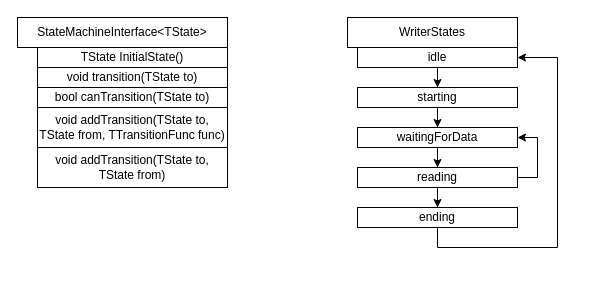
The draw.io diagram page "DCWriterStateMachine" (2 of 2) of qt-libdivecomputer.drawio in blackshadev/qt-dive-uploader, before the edit. Source tidied: cells renumbered, new cells numbered last; positions are measured from the earlier drawing's top-left corner, leaving out a move shared by most shapes. Both pictures are drawn from the tidied source at 100%, with x=0, y=0 at pixel (17, 17).
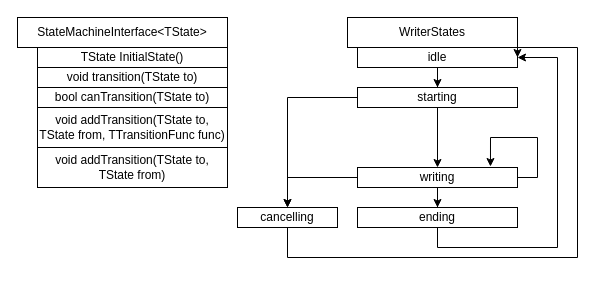
Above is the later version.

Unchanged cells that the change refers to:
```xml
<mxCell id="4" value="starting" style="rounded=0;whiteSpace=wrap;html=1;" parent="1" vertex="1">
  <mxGeometry x="340" y="70" width="160" height="20" as="geometry" />
</mxCell>
<mxCell id="8" value="idle" style="rounded=0;whiteSpace=wrap;html=1;" parent="1" vertex="1">
  <mxGeometry x="340" y="30" width="160" height="20" as="geometry" />
</mxCell>
```

Change to the diagram source:
```diff
@@
-    <mxCell id="3" style="edgeStyle=orthogonalEdgeStyle;rounded=0;jettySize=auto;html=1;" parent="1" edge="1" source="4" target="10">
-      <mxGeometry relative="1" as="geometry" />
-    </mxCell>
+    <mxCell id="20" style="edgeStyle=orthogonalEdgeStyle;rounded=0;jettySize=auto;html=1;" parent="1" edge="1" source="4" target="23">
+      <mxGeometry relative="1" as="geometry" />
+    </mxCell>
@@
-    <mxCell id="9" style="edgeStyle=orthogonalEdgeStyle;rounded=0;jettySize=auto;html=1;entryX=0.5;entryY=0;entryDx=0;entryDy=0;" parent="1" edge="1" source="10" target="13">
+    <mxCell id="9" style="edgeStyle=orthogonalEdgeStyle;rounded=0;jettySize=auto;html=1;entryX=0.5;entryY=0;entryDx=0;entryDy=0;" parent="1" edge="1" source="4" target="13">
       <mxGeometry relative="1" as="geometry" />
     </mxCell>
-    <mxCell id="10" value="waitingForData" style="rounded=0;whiteSpace=wrap;html=1;" parent="1" vertex="1">
-      <mxGeometry x="340" y="110" width="160" height="20" as="geometry" />
-    </mxCell>
@@
-    <mxCell id="12" style="edgeStyle=orthogonalEdgeStyle;rounded=0;jettySize=auto;html=1;entryX=1;entryY=0.5;entryDx=0;entryDy=0;" parent="1" edge="1" source="13" target="10">
+    <mxCell id="12" style="edgeStyle=orthogonalEdgeStyle;rounded=0;orthogonalLoop=1;jettySize=auto;html=1;entryX=0.831;entryY=-0.05;entryDx=0;entryDy=0;entryPerimeter=0;" parent="1" edge="1" source="13" target="13">
       <mxGeometry relative="1" as="geometry">
         <Array as="points">
           <mxPoint x="520" y="160" />
           <mxPoint x="520" y="120" />
+          <mxPoint x="473" y="120" />
         </Array>
       </mxGeometry>
     </mxCell>
+    <mxCell id="21" style="edgeStyle=orthogonalEdgeStyle;rounded=0;jettySize=auto;html=1;" parent="1" edge="1" source="13" target="23">
+      <mxGeometry relative="1" as="geometry" />
+    </mxCell>
-    <mxCell id="13" value="reading" style="rounded=0;whiteSpace=wrap;html=1;" parent="1" vertex="1">
+    <mxCell id="13" value="writing" style="rounded=0;whiteSpace=wrap;html=1;" parent="1" vertex="1">
       <mxGeometry x="340" y="150" width="160" height="20" as="geometry" />
     </mxCell>
@@
+    <mxCell id="22" style="edgeStyle=orthogonalEdgeStyle;rounded=0;jettySize=auto;html=1;entryX=1;entryY=0.5;entryDx=0;entryDy=0;" parent="1" edge="1" source="23" target="8">
+      <mxGeometry relative="1" as="geometry">
+        <Array as="points">
+          <mxPoint x="270" y="240" />
+          <mxPoint x="560" y="240" />
+          <mxPoint x="560" y="30" />
+          <mxPoint x="500" y="30" />
+        </Array>
+      </mxGeometry>
+    </mxCell>
+    <mxCell id="23" value="cancelling" style="rounded=0;whiteSpace=wrap;html=1;" parent="1" vertex="1">
+      <mxGeometry x="220" y="190" width="100" height="20" as="geometry" />
+    </mxCell>
```
